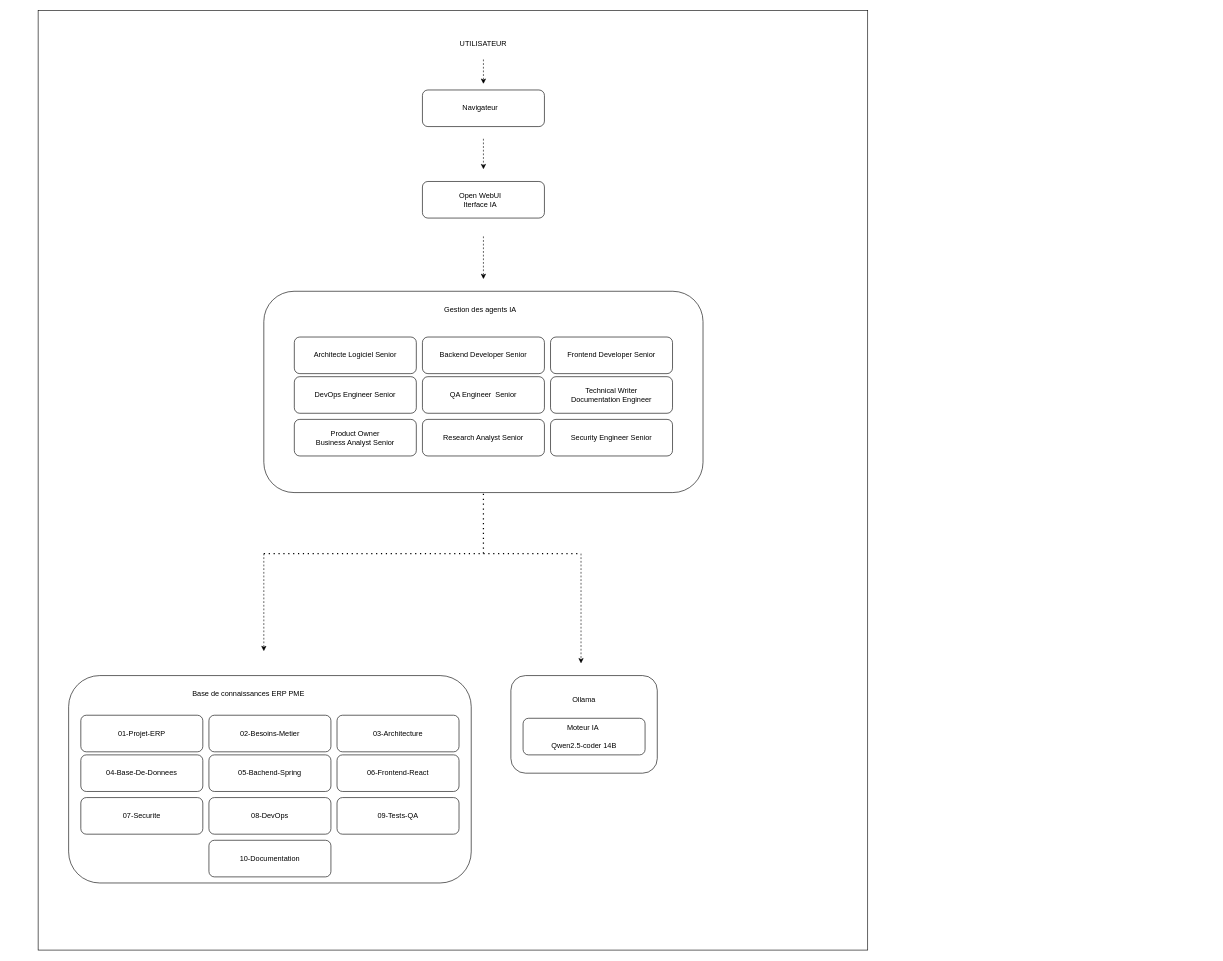
The draw.io diagram diagrams/1-Architecture-Plateforme-IA.drawio in j-sicard/ai-development-platform, before the edit. Source tidied: cells renumbered, new cells numbered last; positions are measured from the earlier drawing's top-left corner, leaving out a move shared by most shapes. Both pictures are drawn from the tidied source at 61%, with x=0, y=0 at pixel (38, 10).
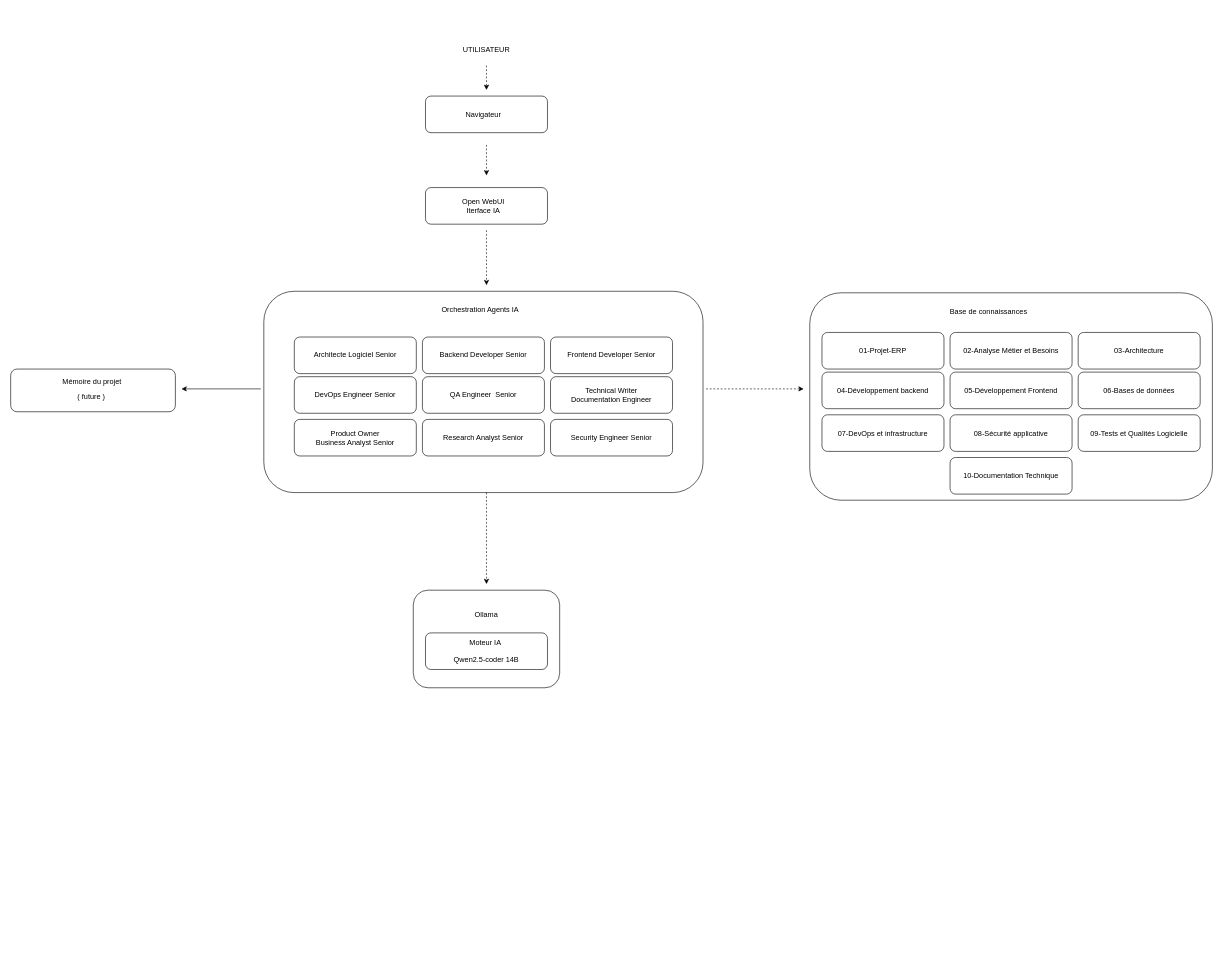
Above is the later version.

Commit message (it also covers changes not shown here):
Add picture in architecture document

The edit, as a diff of the source:
```diff
@@
-    <mxCell id="2" style="rounded=0;whiteSpace=wrap;html=1;" parent="1" vertex="1">
-      <mxGeometry width="1360" height="1540" as="geometry" />
-    </mxCell>
+    <mxCell id="41" style="rounded=1;whiteSpace=wrap;html=1;" parent="1" vertex="1">
+      <mxGeometry x="-45" y="587.5" width="270" height="70" as="geometry" />
+    </mxCell>
     <mxCell id="3" value="UTILISATEUR" style="text;html=1;whiteSpace=wrap;strokeColor=none;fillColor=none;align=center;verticalAlign=middle;rounded=0;" parent="1" vertex="1">
-      <mxGeometry x="685" y="40" width="90" height="30" as="geometry" />
+      <mxGeometry x="690" y="50" width="90" height="30" as="geometry" />
     </mxCell>
-    <mxCell id="4" style="endArrow=classic;html=1;rounded=0;dashed=1;" parent="1" edge="1">
-      <mxGeometry relative="1" as="geometry">
-        <mxPoint x="730" y="210" as="sourcePoint" />
-        <mxPoint x="730" y="260" as="targetPoint" />
-      </mxGeometry>
-    </mxCell>
-    <mxCell id="5" style="rounded=1;whiteSpace=wrap;html=1;" parent="1" vertex="1">
-      <mxGeometry x="630" y="280" width="200" height="60" as="geometry" />
-    </mxCell>
+    <mxCell id="42" style="endArrow=classic;html=1;rounded=0;dashed=1;" parent="1" edge="1">
+      <mxGeometry relative="1" as="geometry">
+        <mxPoint x="735" y="220" as="sourcePoint" />
+        <mxPoint x="735" y="270" as="targetPoint" />
+      </mxGeometry>
+    </mxCell>
+    <mxCell id="43" style="rounded=1;whiteSpace=wrap;html=1;" parent="1" vertex="1">
+      <mxGeometry x="635" y="290" width="200" height="60" as="geometry" />
+    </mxCell>
     <mxCell id="6" value="Open WebUI&lt;div&gt;Iterface IA&lt;/div&gt;" style="text;html=1;whiteSpace=wrap;strokeColor=none;fillColor=none;align=center;verticalAlign=middle;rounded=0;" parent="1" vertex="1">
-      <mxGeometry x="640" y="295" width="170" height="30" as="geometry" />
+      <mxGeometry x="645" y="305" width="170" height="30" as="geometry" />
     </mxCell>
-    <mxCell id="7" style="endArrow=classic;html=1;rounded=0;dashed=1;" parent="1" edge="1">
-      <mxGeometry relative="1" as="geometry">
-        <mxPoint x="730" y="370" as="sourcePoint" />
-        <mxPoint x="730" y="440" as="targetPoint" />
-      </mxGeometry>
-    </mxCell>
-    <mxCell id="8" style="rounded=1;whiteSpace=wrap;html=1;" parent="1" vertex="1">
-      <mxGeometry x="370" y="460" width="720" height="330" as="geometry" />
-    </mxCell>
-    <mxCell id="9" value="Gestion des agents IA" style="text;html=1;whiteSpace=wrap;strokeColor=none;fillColor=none;align=center;verticalAlign=middle;rounded=0;" parent="1" vertex="1">
-      <mxGeometry x="640" y="475" width="170" height="30" as="geometry" />
-    </mxCell>
-    <mxCell id="10" style="rounded=1;whiteSpace=wrap;html=1;" parent="1" vertex="1">
-      <mxGeometry x="630" y="130" width="200" height="60" as="geometry" />
-    </mxCell>
+    <mxCell id="44" style="rounded=1;whiteSpace=wrap;html=1;" parent="1" vertex="1">
+      <mxGeometry x="370" y="460" width="720" height="330" as="geometry" />
+    </mxCell>
+    <mxCell id="45" value="Orchestration Agents IA" style="text;html=1;whiteSpace=wrap;strokeColor=none;fillColor=none;align=center;verticalAlign=middle;rounded=0;" parent="1" vertex="1">
+      <mxGeometry x="640" y="475" width="170" height="30" as="geometry" />
+    </mxCell>
+    <mxCell id="46" style="rounded=1;whiteSpace=wrap;html=1;" parent="1" vertex="1">
+      <mxGeometry x="635" y="140" width="200" height="60" as="geometry" />
+    </mxCell>
     <mxCell id="11" value="Navigateur" style="text;html=1;whiteSpace=wrap;strokeColor=none;fillColor=none;align=center;verticalAlign=middle;rounded=0;" parent="1" vertex="1">
-      <mxGeometry x="695" y="145" width="60" height="30" as="geometry" />
+      <mxGeometry x="700" y="155" width="60" height="30" as="geometry" />
     </mxCell>
-    <mxCell id="12" style="endArrow=classic;html=1;rounded=0;dashed=1;" parent="1" edge="1">
-      <mxGeometry relative="1" as="geometry">
-        <mxPoint x="730" y="80" as="sourcePoint" />
-        <mxPoint x="730" y="120" as="targetPoint" />
-      </mxGeometry>
-    </mxCell>
-    <mxCell id="13" style="rounded=1;whiteSpace=wrap;html=1;" parent="1" vertex="1">
-      <mxGeometry x="50" y="1090" width="660" height="340" as="geometry" />
-    </mxCell>
-    <mxCell id="14" value=" Base de connaissances ERP PME" style="text;html=1;whiteSpace=wrap;strokeColor=none;fillColor=none;align=center;verticalAlign=middle;rounded=0;" parent="1" vertex="1">
-      <mxGeometry x="250" y="1105" width="190" height="30" as="geometry" />
-    </mxCell>
+    <mxCell id="47" style="endArrow=classic;html=1;rounded=0;dashed=1;" parent="1" edge="1">
+      <mxGeometry relative="1" as="geometry">
+        <mxPoint x="735" y="90" as="sourcePoint" />
+        <mxPoint x="735" y="130" as="targetPoint" />
+      </mxGeometry>
+    </mxCell>
+    <mxCell id="48" style="rounded=1;whiteSpace=wrap;html=1;" parent="1" vertex="1">
+      <mxGeometry x="1265" y="462.5" width="660" height="340" as="geometry" />
+    </mxCell>
+    <mxCell id="49" value=" Base de connaissances&amp;nbsp;" style="text;html=1;whiteSpace=wrap;strokeColor=none;fillColor=none;align=center;verticalAlign=middle;rounded=0;" parent="1" vertex="1">
+      <mxGeometry x="1465" y="477.5" width="190" height="30" as="geometry" />
+    </mxCell>
@@
     <mxCell id="24" value="01-Projet-ERP" style="rounded=1;whiteSpace=wrap;html=1;" parent="1" vertex="1">
-      <mxGeometry x="70" y="1155" width="200" height="60" as="geometry" />
+      <mxGeometry x="1285" y="527.5" width="200" height="60" as="geometry" />
     </mxCell>
-    <mxCell id="25" value="02-Besoins-Metier" style="rounded=1;whiteSpace=wrap;html=1;" parent="1" vertex="1">
-      <mxGeometry x="280" y="1155" width="200" height="60" as="geometry" />
-    </mxCell>
+    <mxCell id="50" value="02-Analyse Métier et Besoins" style="rounded=1;whiteSpace=wrap;html=1;" parent="1" vertex="1">
+      <mxGeometry x="1495" y="527.5" width="200" height="60" as="geometry" />
+    </mxCell>
     <mxCell id="26" value="03-Architecture" style="rounded=1;whiteSpace=wrap;html=1;" parent="1" vertex="1">
-      <mxGeometry x="490" y="1155" width="200" height="60" as="geometry" />
+      <mxGeometry x="1705" y="527.5" width="200" height="60" as="geometry" />
     </mxCell>
-    <mxCell id="27" value="04-Base-De-Donnees" style="rounded=1;whiteSpace=wrap;html=1;" parent="1" vertex="1">
-      <mxGeometry x="70" y="1220" width="200" height="60" as="geometry" />
-    </mxCell>
-    <mxCell id="28" value="05-Bachend-Spring" style="rounded=1;whiteSpace=wrap;html=1;" parent="1" vertex="1">
-      <mxGeometry x="280" y="1220" width="200" height="60" as="geometry" />
-    </mxCell>
-    <mxCell id="29" value="06-Frontend-React" style="rounded=1;whiteSpace=wrap;html=1;" parent="1" vertex="1">
-      <mxGeometry x="490" y="1220" width="200" height="60" as="geometry" />
-    </mxCell>
-    <mxCell id="30" value="07-Securite" style="rounded=1;whiteSpace=wrap;html=1;" parent="1" vertex="1">
-      <mxGeometry x="70" y="1290" width="200" height="60" as="geometry" />
-    </mxCell>
-    <mxCell id="31" value="08-DevOps" style="rounded=1;whiteSpace=wrap;html=1;" parent="1" vertex="1">
-      <mxGeometry x="280" y="1290" width="200" height="60" as="geometry" />
-    </mxCell>
-    <mxCell id="32" value="09-Tests-QA" style="rounded=1;whiteSpace=wrap;html=1;" parent="1" vertex="1">
-      <mxGeometry x="490" y="1290" width="200" height="60" as="geometry" />
-    </mxCell>
-    <mxCell id="33" value="10-Documentation" style="rounded=1;whiteSpace=wrap;html=1;" parent="1" vertex="1">
-      <mxGeometry x="280" y="1360" width="200" height="60" as="geometry" />
-    </mxCell>
-    <mxCell id="34" style="endArrow=classic;html=1;rounded=0;dashed=1;startSize=7;" parent="1" edge="1">
-      <mxGeometry relative="1" as="geometry">
-        <mxPoint x="890" y="890" as="sourcePoint" />
-        <mxPoint x="890" y="1070" as="targetPoint" />
-      </mxGeometry>
-    </mxCell>
-    <mxCell id="35" style="endArrow=none;dashed=1;html=1;dashPattern=1 3;strokeWidth=2;rounded=0;entryX=0.5;entryY=1;entryDx=0;entryDy=0;" parent="1" edge="1" target="8">
-      <mxGeometry relative="1" as="geometry">
-        <mxPoint x="730" y="890" as="sourcePoint" />
-      </mxGeometry>
-    </mxCell>
-    <mxCell id="36" style="endArrow=none;dashed=1;html=1;dashPattern=1 3;strokeWidth=2;rounded=0;" parent="1" edge="1">
-      <mxGeometry relative="1" as="geometry">
-        <mxPoint x="370" y="890" as="sourcePoint" />
-        <mxPoint x="890" y="890" as="targetPoint" />
-      </mxGeometry>
-    </mxCell>
-    <mxCell id="37" style="endArrow=classic;html=1;rounded=0;dashed=1;startSize=7;" parent="1" edge="1">
-      <mxGeometry relative="1" as="geometry">
-        <mxPoint x="370" y="890" as="sourcePoint" />
-        <mxPoint x="370" y="1050" as="targetPoint" />
-      </mxGeometry>
-    </mxCell>
-    <mxCell id="38" style="rounded=1;whiteSpace=wrap;html=1;" parent="1" vertex="1">
-      <mxGeometry x="775" y="1090" width="240" height="160" as="geometry" />
-    </mxCell>
+    <mxCell id="51" value="04-Développement backend" style="rounded=1;whiteSpace=wrap;html=1;" parent="1" vertex="1">
+      <mxGeometry x="1285" y="592.5" width="200" height="60" as="geometry" />
+    </mxCell>
+    <mxCell id="52" value="05-Développement Frontend" style="rounded=1;whiteSpace=wrap;html=1;" parent="1" vertex="1">
+      <mxGeometry x="1495" y="592.5" width="200" height="60" as="geometry" />
+    </mxCell>
+    <mxCell id="53" value="06-Bases de données" style="rounded=1;whiteSpace=wrap;html=1;" parent="1" vertex="1">
+      <mxGeometry x="1705" y="592.5" width="200" height="60" as="geometry" />
+    </mxCell>
+    <mxCell id="54" value="07-DevOps et infrastructure" style="rounded=1;whiteSpace=wrap;html=1;" parent="1" vertex="1">
+      <mxGeometry x="1285" y="662.5" width="200" height="60" as="geometry" />
+    </mxCell>
+    <mxCell id="55" value="08-Sécurité applicative" style="rounded=1;whiteSpace=wrap;html=1;" parent="1" vertex="1">
+      <mxGeometry x="1495" y="662.5" width="200" height="60" as="geometry" />
+    </mxCell>
+    <mxCell id="56" value="09-Tests et Qualités Logicielle" style="rounded=1;whiteSpace=wrap;html=1;" parent="1" vertex="1">
+      <mxGeometry x="1705" y="662.5" width="200" height="60" as="geometry" />
+    </mxCell>
+    <mxCell id="57" value="10-Documentation Technique" style="rounded=1;whiteSpace=wrap;html=1;" parent="1" vertex="1">
+      <mxGeometry x="1495" y="732.5" width="200" height="60" as="geometry" />
+    </mxCell>
+    <mxCell id="58" style="rounded=1;whiteSpace=wrap;html=1;" parent="1" vertex="1">
+      <mxGeometry x="615" y="950" width="240" height="160" as="geometry" />
+    </mxCell>
     <mxCell id="39" value="Moteur IA&amp;nbsp;&lt;div&gt;&lt;br&gt;&lt;/div&gt;&lt;div&gt;Qwen2.5-coder 14B&lt;/div&gt;" style="rounded=1;whiteSpace=wrap;html=1;" parent="1" vertex="1">
-      <mxGeometry x="795" y="1160" width="200" height="60" as="geometry" />
+      <mxGeometry x="635" y="1020" width="200" height="60" as="geometry" />
     </mxCell>
     <mxCell id="40" value="Ollama" style="text;html=1;whiteSpace=wrap;strokeColor=none;fillColor=none;align=center;verticalAlign=middle;rounded=0;" parent="1" vertex="1">
-      <mxGeometry x="865" y="1105" width="60" height="50" as="geometry" />
+      <mxGeometry x="705" y="965" width="60" height="50" as="geometry" />
     </mxCell>
+    <mxCell id="59" value="Mémoire du projet" style="text;html=1;whiteSpace=wrap;strokeColor=none;fillColor=none;align=center;verticalAlign=middle;rounded=0;" parent="1" vertex="1">
+      <mxGeometry x="35" y="582.5" width="106.5" height="50" as="geometry" />
+    </mxCell>
+    <mxCell id="60" value="( future )" style="text;html=1;whiteSpace=wrap;strokeColor=none;fillColor=none;align=center;verticalAlign=middle;rounded=0;" parent="1" vertex="1">
+      <mxGeometry x="55" y="607.5" width="65" height="50" as="geometry" />
+    </mxCell>
+    <mxCell id="61" style="endArrow=classic;html=1;rounded=0;dashed=1;" parent="1" edge="1">
+      <mxGeometry relative="1" as="geometry">
+        <mxPoint x="735" y="790" as="sourcePoint" />
+        <mxPoint x="735" y="940" as="targetPoint" />
+      </mxGeometry>
+    </mxCell>
+    <mxCell id="62" style="endArrow=classic;html=1;rounded=0;dashed=1;" parent="1" edge="1">
+      <mxGeometry relative="1" as="geometry">
+        <mxPoint x="735" y="360" as="sourcePoint" />
+        <mxPoint x="735" y="450" as="targetPoint" />
+      </mxGeometry>
+    </mxCell>
+    <mxCell id="63" style="endArrow=classic;html=1;rounded=0;dashed=1;" parent="1" edge="1">
+      <mxGeometry relative="1" as="geometry">
+        <mxPoint x="1095" y="620" as="sourcePoint" />
+        <mxPoint x="1255" y="620" as="targetPoint" />
+      </mxGeometry>
+    </mxCell>
+    <mxCell id="64" style="endArrow=classic;html=1;rounded=0;" parent="1" edge="1">
+      <mxGeometry relative="1" as="geometry">
+        <mxPoint x="365" y="620" as="sourcePoint" />
+        <mxPoint x="235" y="620" as="targetPoint" />
+      </mxGeometry>
+    </mxCell>
```
